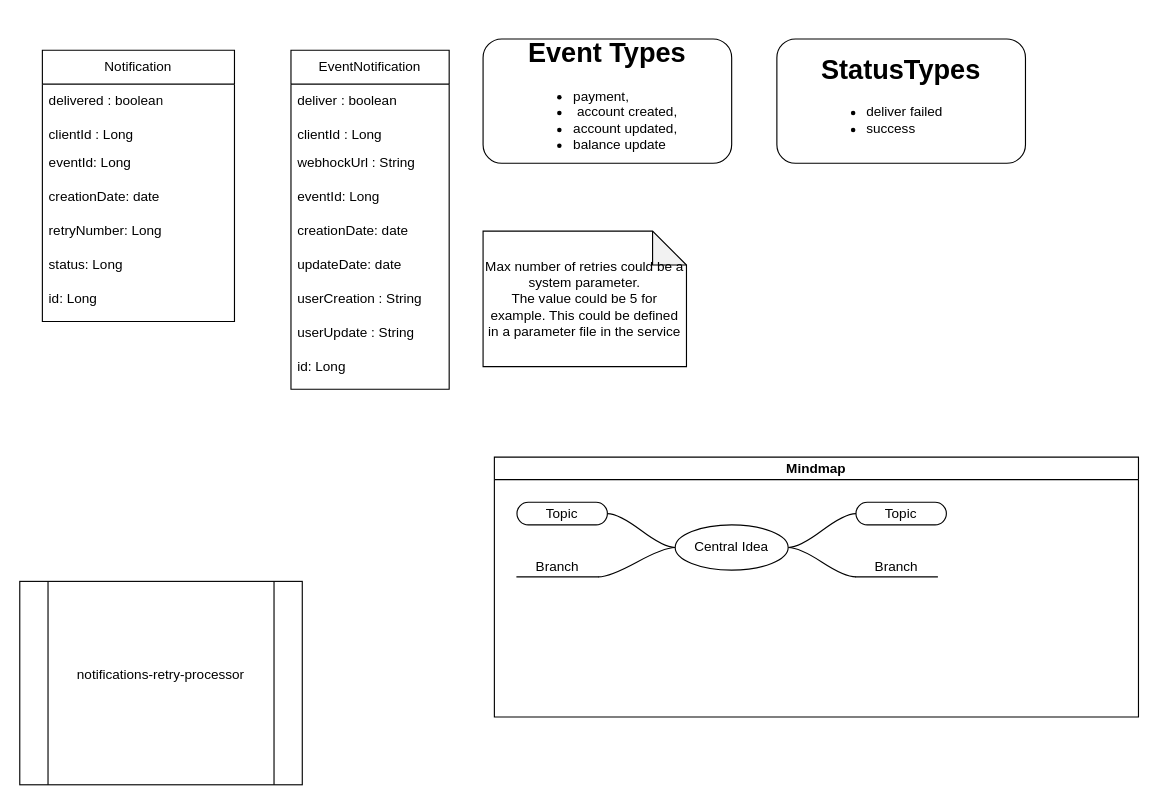
Before: page "model" (1 of 2) of notifications-api-v2.drawio in dalejandroba/hello-world, a draw.io diagram. Source tidied: cells renumbered, new cells numbered last; positions are measured from the earlier drawing's top-left corner, leaving out a move shared by most shapes. Both pictures are drawn from the tidied source at 113%, with x=0, y=0 at pixel (19, 38).
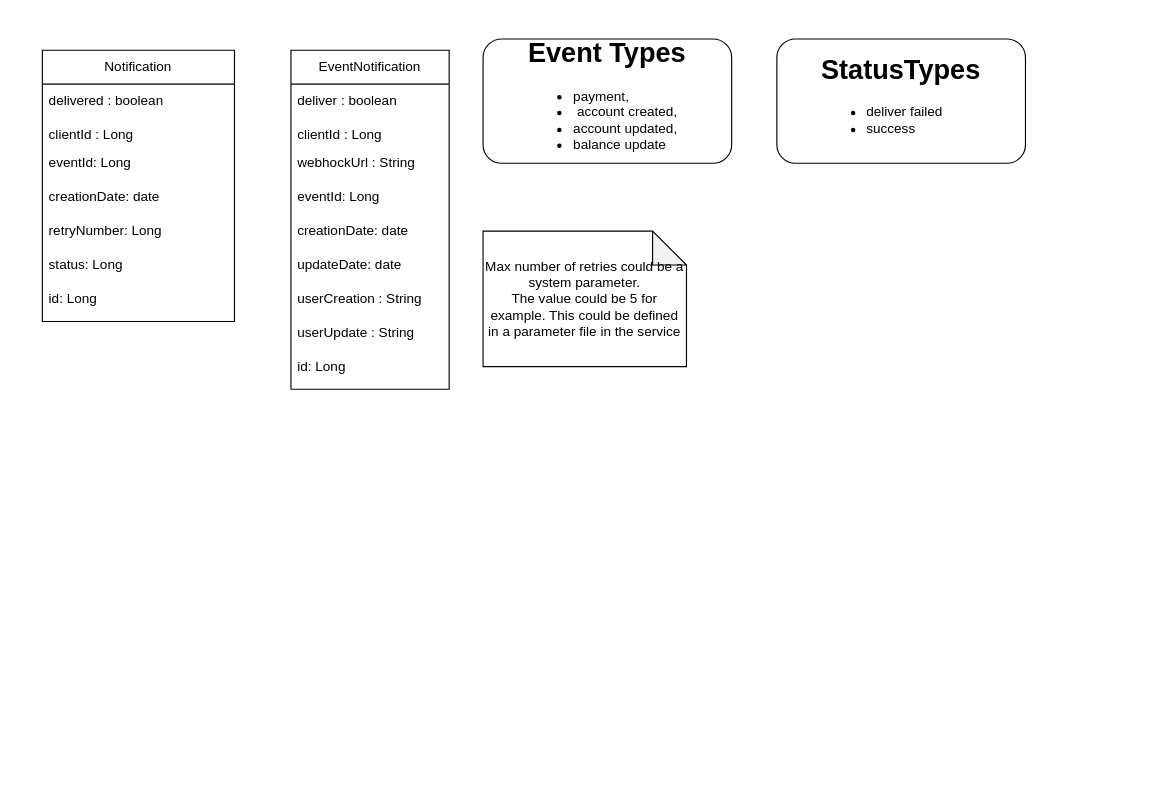
After the change.

Diff of the diagram source:
```diff
@@
-    <mxCell id="23" value="notifications-retry-processor&lt;div&gt;&lt;br&gt;&lt;/div&gt;" style="shape=process;whiteSpace=wrap;html=1;backgroundOutline=1;" parent="1" vertex="1">
-      <mxGeometry y="480" width="250" height="180" as="geometry" />
-    </mxCell>
-    <mxCell id="24" value="Mindmap" style="swimlane;startSize=20;horizontal=1;containerType=tree;" parent="1" vertex="1">
-      <mxGeometry x="420" y="370" width="570" height="230" as="geometry" />
-    </mxCell>
-    <mxCell id="25" style="edgeStyle=entityRelationEdgeStyle;startArrow=none;endArrow=none;segment=10;curved=1;sourcePerimeterSpacing=0;targetPerimeterSpacing=0;rounded=0;" parent="24" edge="1" source="29" target="30">
-      <mxGeometry relative="1" as="geometry" />
-    </mxCell>
-    <mxCell id="26" style="edgeStyle=entityRelationEdgeStyle;startArrow=none;endArrow=none;segment=10;curved=1;sourcePerimeterSpacing=0;targetPerimeterSpacing=0;rounded=0;" parent="24" edge="1" source="29" target="31">
-      <mxGeometry relative="1" as="geometry" />
-    </mxCell>
-    <mxCell id="27" style="edgeStyle=entityRelationEdgeStyle;startArrow=none;endArrow=none;segment=10;curved=1;sourcePerimeterSpacing=0;targetPerimeterSpacing=0;rounded=0;" parent="24" edge="1" source="29" target="32">
-      <mxGeometry relative="1" as="geometry" />
-    </mxCell>
-    <mxCell id="28" style="edgeStyle=entityRelationEdgeStyle;startArrow=none;endArrow=none;segment=10;curved=1;sourcePerimeterSpacing=0;targetPerimeterSpacing=0;rounded=0;" parent="24" edge="1" source="29" target="33">
-      <mxGeometry relative="1" as="geometry" />
-    </mxCell>
-    <mxCell id="29" value="Central Idea" style="ellipse;whiteSpace=wrap;html=1;align=center;newEdgeStyle={&quot;edgeStyle&quot;:&quot;entityRelationEdgeStyle&quot;,&quot;startArrow&quot;:&quot;none&quot;,&quot;endArrow&quot;:&quot;none&quot;,&quot;segment&quot;:10,&quot;curved&quot;:1,&quot;sourcePerimeterSpacing&quot;:0,&quot;targetPerimeterSpacing&quot;:0};" parent="24" vertex="1">
-      <mxGeometry x="160" y="60" width="100" height="40" as="geometry" />
-    </mxCell>
-    <mxCell id="30" value="Topic" style="whiteSpace=wrap;html=1;rounded=1;arcSize=50;align=center;verticalAlign=middle;strokeWidth=1;spacing=4;newEdgeStyle={&quot;edgeStyle&quot;:&quot;entityRelationEdgeStyle&quot;,&quot;startArrow&quot;:&quot;none&quot;,&quot;endArrow&quot;:&quot;none&quot;,&quot;segment&quot;:10,&quot;curved&quot;:1,&quot;sourcePerimeterSpacing&quot;:0,&quot;targetPerimeterSpacing&quot;:0};" parent="24" vertex="1">
-      <mxGeometry x="320" y="40" width="80" height="20" as="geometry" />
-    </mxCell>
-    <mxCell id="31" value="Branch" style="whiteSpace=wrap;html=1;shape=partialRectangle;top=0;left=0;bottom=1;right=0;points=[[0,1],[1,1]];fillColor=none;align=center;verticalAlign=bottom;routingCenterY=0.5;snapToPoint=1;newEdgeStyle={&quot;edgeStyle&quot;:&quot;entityRelationEdgeStyle&quot;,&quot;startArrow&quot;:&quot;none&quot;,&quot;endArrow&quot;:&quot;none&quot;,&quot;segment&quot;:10,&quot;curved&quot;:1,&quot;sourcePerimeterSpacing&quot;:0,&quot;targetPerimeterSpacing&quot;:0};" parent="24" vertex="1">
-      <mxGeometry x="320" y="80" width="72" height="26" as="geometry" />
-    </mxCell>
-    <mxCell id="32" value="Topic" style="whiteSpace=wrap;html=1;rounded=1;arcSize=50;align=center;verticalAlign=middle;strokeWidth=1;spacing=4;newEdgeStyle={&quot;edgeStyle&quot;:&quot;entityRelationEdgeStyle&quot;,&quot;startArrow&quot;:&quot;none&quot;,&quot;endArrow&quot;:&quot;none&quot;,&quot;segment&quot;:10,&quot;curved&quot;:1,&quot;sourcePerimeterSpacing&quot;:0,&quot;targetPerimeterSpacing&quot;:0};" parent="24" vertex="1">
-      <mxGeometry x="20" y="40" width="80" height="20" as="geometry" />
-    </mxCell>
-    <mxCell id="33" value="Branch" style="whiteSpace=wrap;html=1;shape=partialRectangle;top=0;left=0;bottom=1;right=0;points=[[0,1],[1,1]];fillColor=none;align=center;verticalAlign=bottom;routingCenterY=0.5;snapToPoint=1;newEdgeStyle={&quot;edgeStyle&quot;:&quot;entityRelationEdgeStyle&quot;,&quot;startArrow&quot;:&quot;none&quot;,&quot;endArrow&quot;:&quot;none&quot;,&quot;segment&quot;:10,&quot;curved&quot;:1,&quot;sourcePerimeterSpacing&quot;:0,&quot;targetPerimeterSpacing&quot;:0};" parent="24" vertex="1">
-      <mxGeometry x="20" y="80" width="72" height="26" as="geometry" />
-    </mxCell>
```
